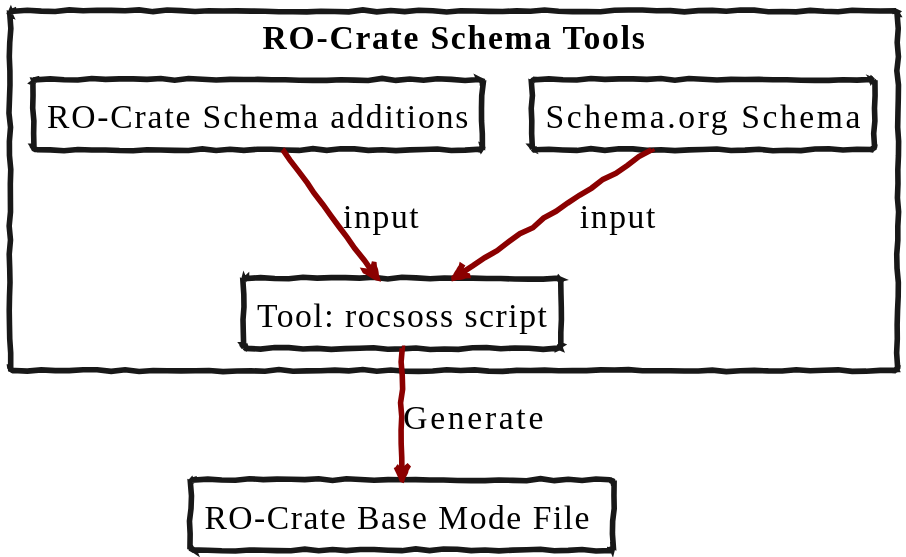
Before: docs/images/soss-to-profile.svg, a diagram exported from PlantUML (Language-Research-Technology/ro-crate-modes).
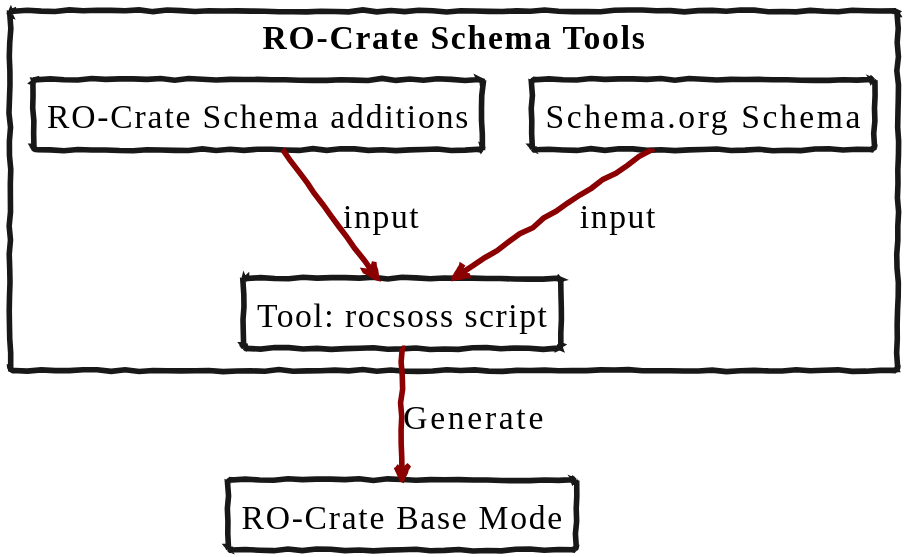
The same file after the commit.

The edit, as a diff of the source:
```diff
@@ -7,7 +7,7 @@
 rectangle "Tool: rocsoss script" as rocsoss
 }
 
-rectangle "RO-Crate Base Mode File " as rop
+rectangle "RO-Crate Base Mode" as rop
 
 sos -down-> rocsoss : input
 roc -down-> rocsoss : input
```
